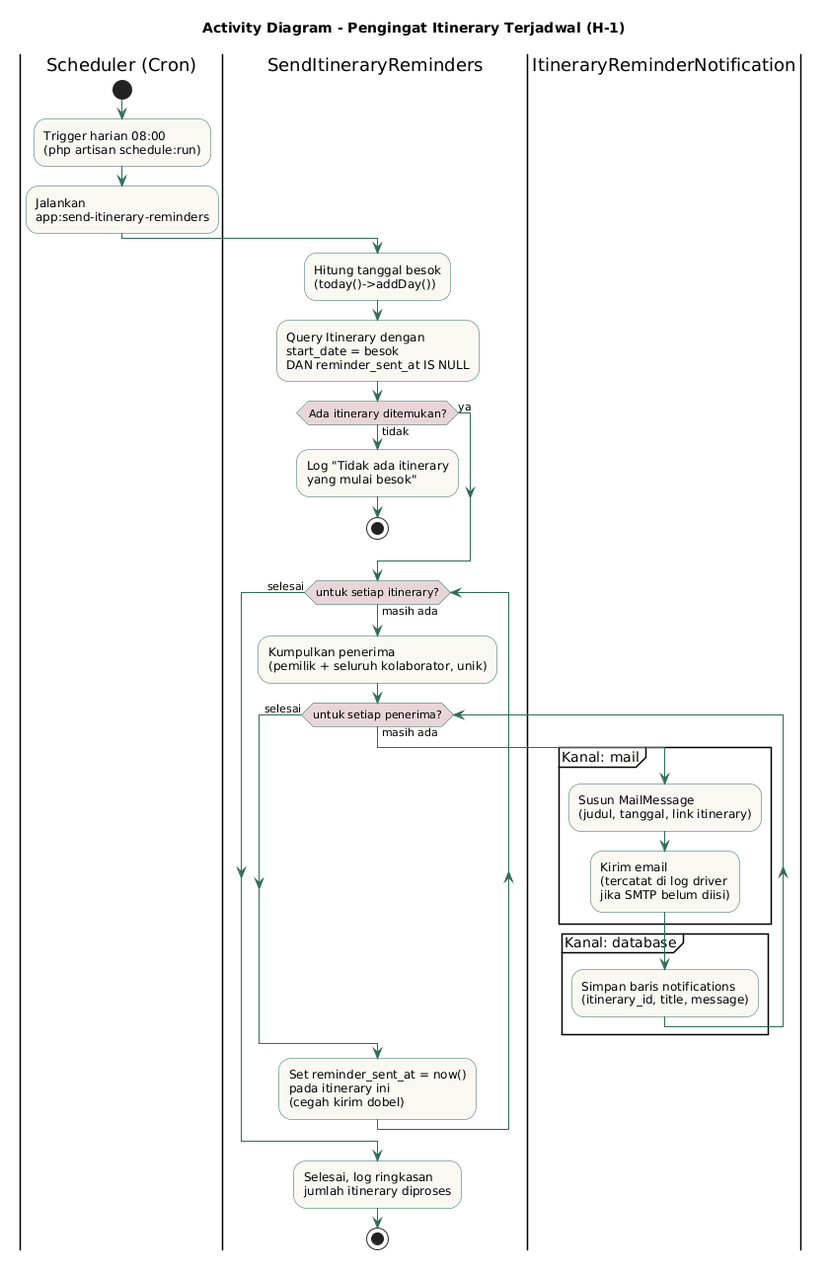
Earlier version of the PlantUML export docs/gabungan/uml-plantuml/06-activity-reminder.png (anugrahhhhh/tripplane-jogja-itenary). Source of this version:
```plantuml
@startuml
title Activity Diagram - Pengingat Itinerary Terjadwal (H-1)

skinparam activity {
  BackgroundColor #FAF8F3
  BorderColor #2F6B5A
  ArrowColor #2F6B5A
  DiamondBackgroundColor #E8D5DA
}

|Scheduler (Cron)|
start
:Trigger harian 08:00\n(php artisan schedule:run);
:Jalankan\napp:send-itinerary-reminders;

|SendItineraryReminders|
:Hitung tanggal besok\n(today()->addDay());
:Query Itinerary dengan\nstart_date = besok\nDAN reminder_sent_at IS NULL;

if (Ada itinerary ditemukan?) then (tidak)
  :Log "Tidak ada itinerary\nyang mulai besok";
  stop
else (ya)
endif

while (untuk setiap itinerary?) is (masih ada)
  :Kumpulkan penerima\n(pemilik + seluruh kolaborator, unik);
  while (untuk setiap penerima?) is (masih ada)
    |ItineraryReminderNotification|
    partition "Kanal: mail" {
      :Susun MailMessage\n(judul, tanggal, link itinerary);
      :Kirim email\n(tercatat di log driver\njika SMTP belum diisi);
    }
    partition "Kanal: database" {
      :Simpan baris notifications\n(itinerary_id, title, message);
    }
    |SendItineraryReminders|
  endwhile (selesai)
  :Set reminder_sent_at = now()\npada itinerary ini\n(cegah kirim dobel);
endwhile (selesai)

:Selesai, log ringkasan\njumlah itinerary diproses;
stop
@enduml
```
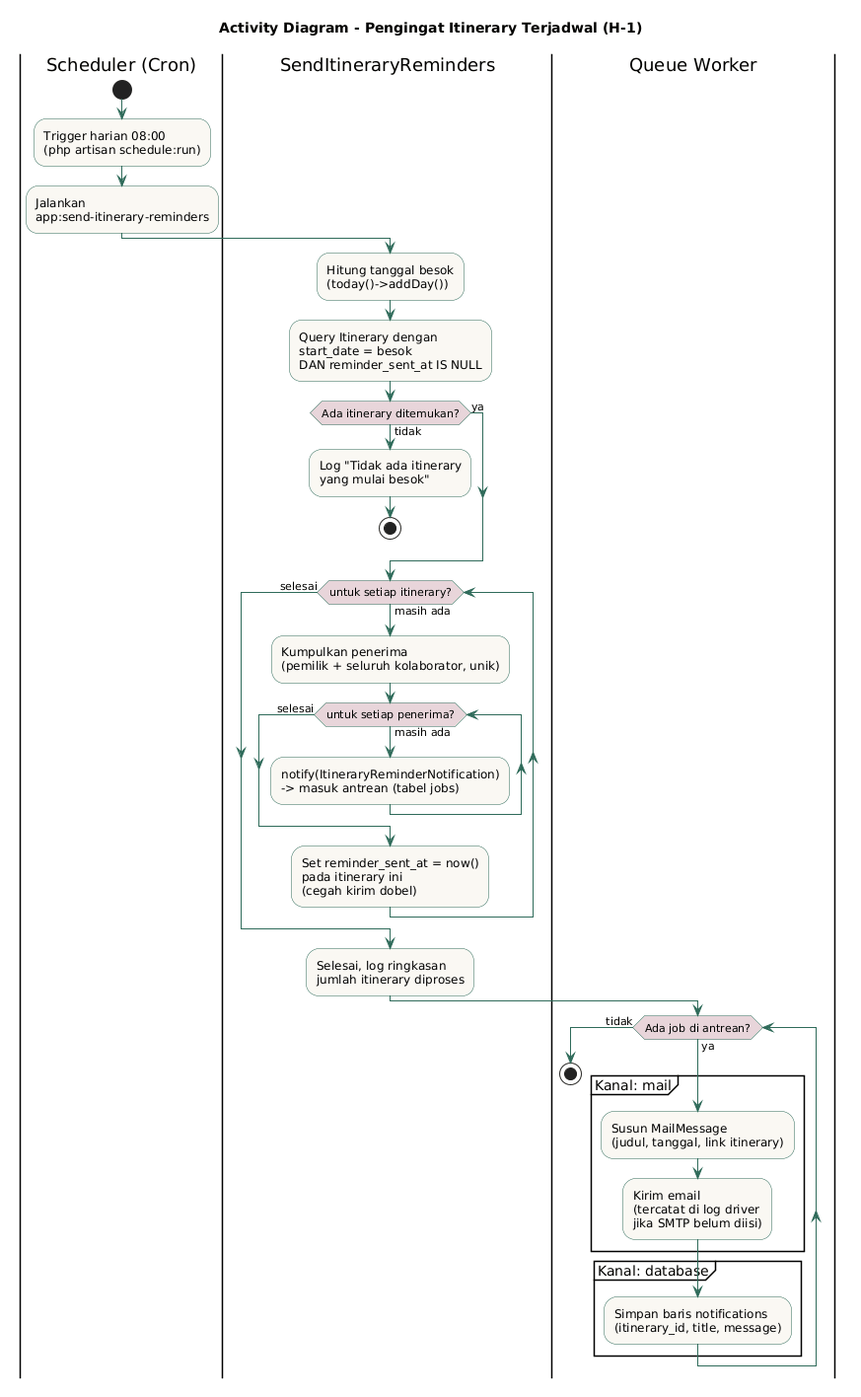
After the change.

The edit, as a diff of the source:
```diff
@@ -26,19 +26,22 @@
 while (untuk setiap itinerary?) is (masih ada)
   :Kumpulkan penerima\n(pemilik + seluruh kolaborator, unik);
   while (untuk setiap penerima?) is (masih ada)
-    |ItineraryReminderNotification|
-    partition "Kanal: mail" {
-      :Susun MailMessage\n(judul, tanggal, link itinerary);
-      :Kirim email\n(tercatat di log driver\njika SMTP belum diisi);
-    }
-    partition "Kanal: database" {
-      :Simpan baris notifications\n(itinerary_id, title, message);
-    }
-    |SendItineraryReminders|
+    :notify(ItineraryReminderNotification)\n-> masuk antrean (tabel jobs);
   endwhile (selesai)
   :Set reminder_sent_at = now()\npada itinerary ini\n(cegah kirim dobel);
 endwhile (selesai)
 
 :Selesai, log ringkasan\njumlah itinerary diproses;
+
+|Queue Worker|
+while (Ada job di antrean?) is (ya)
+  partition "Kanal: mail" {
+    :Susun MailMessage\n(judul, tanggal, link itinerary);
+    :Kirim email\n(tercatat di log driver\njika SMTP belum diisi);
+  }
+  partition "Kanal: database" {
+    :Simpan baris notifications\n(itinerary_id, title, message);
+  }
+endwhile (tidak)
 stop
 @enduml
```
